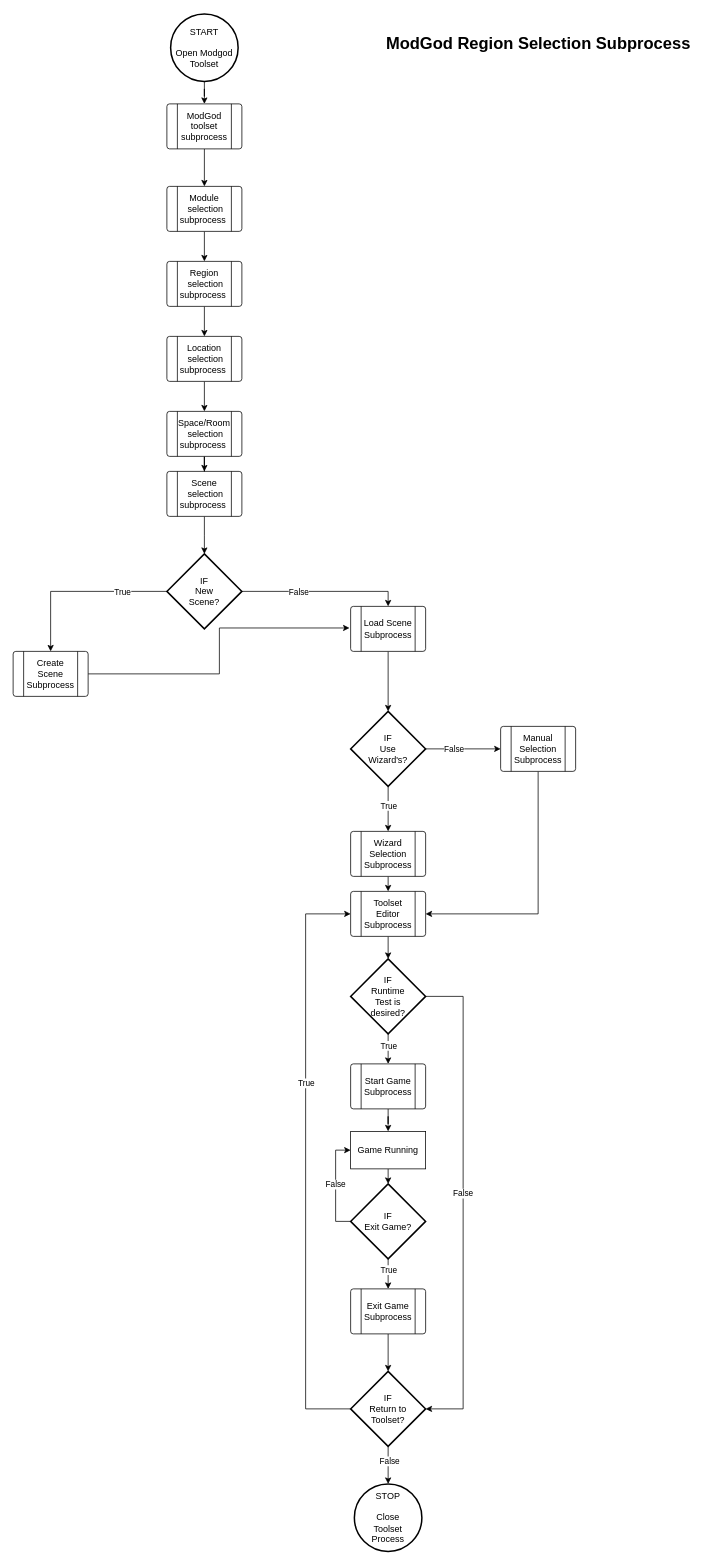
RPG-Research/bcirpg keeps this draw.io diagram as Phase2/Flowcharts/modgodToolset/ModGod/ModGodRegionSelectionSubprocess.drawio. Above is the earlier version. Source tidied: cells renumbered, new cells numbered last; positions are measured from the earlier drawing's top-left corner, leaving out a move shared by most shapes. Both pictures are drawn from the tidied source at 75%, with x=0, y=0 at pixel (13, 14).
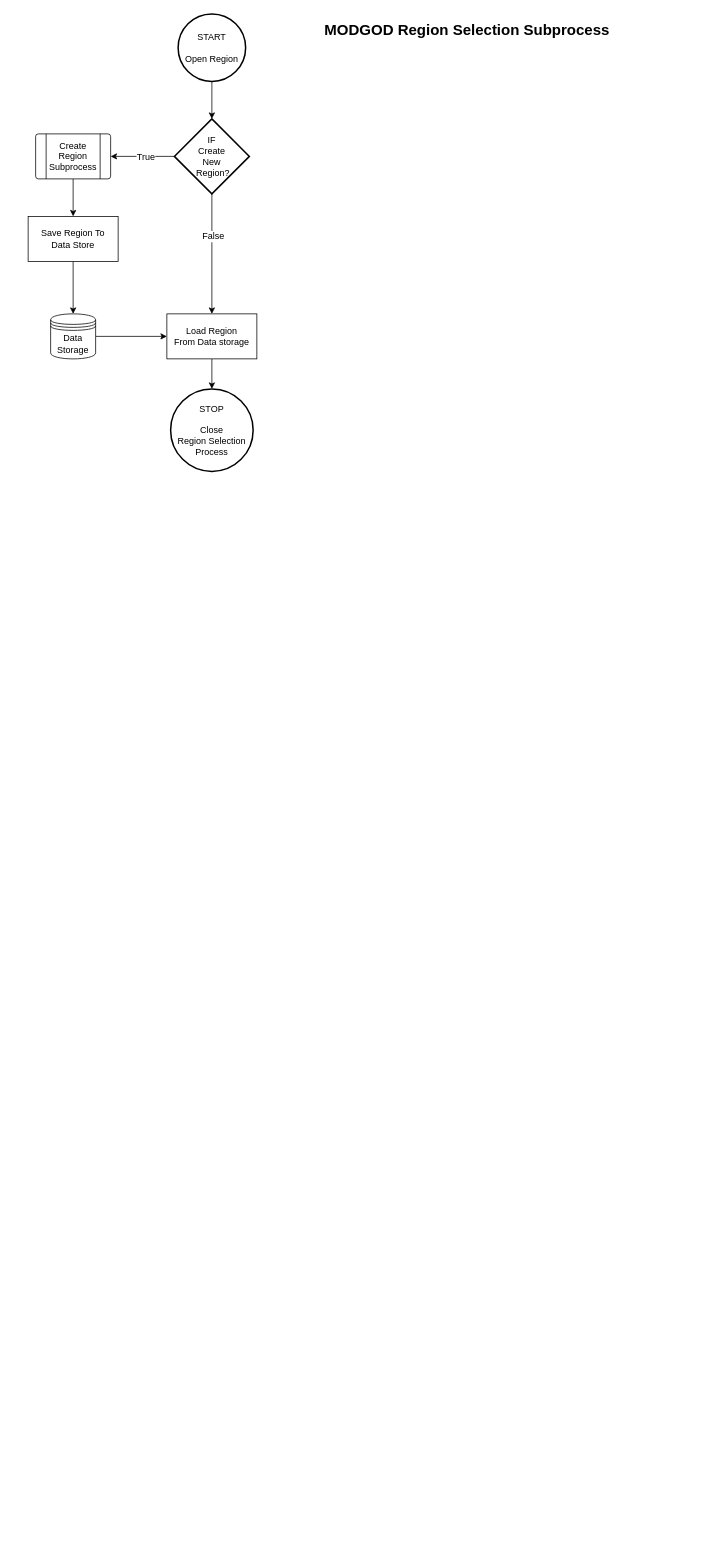
The same diagram, later.

Commit message (it also covers changes not shown here):
Added updates for the selection side of the modgod flowcharts

Change to the diagram source:
```diff
@@
-    <mxCell id="2" style="edgeStyle=orthogonalEdgeStyle;rounded=0;jettySize=auto;html=1;entryX=0.5;entryY=0;entryDx=0;entryDy=0;" parent="1" edge="1" source="3" target="5">
-      <mxGeometry relative="1" as="geometry" />
-    </mxCell>
-    <mxCell id="3" value="START&lt;br&gt;&lt;br&gt;Open Modgod&lt;br&gt;Toolset" style="strokeWidth=2;html=1;shape=mxgraph.flowchart.start_2;whiteSpace=wrap;" parent="1" vertex="1">
-      <mxGeometry x="210" width="90" height="90" as="geometry" />
-    </mxCell>
-    <mxCell id="4" style="edgeStyle=orthogonalEdgeStyle;rounded=0;jettySize=auto;html=1;entryX=0.5;entryY=0;entryDx=0;entryDy=0;" parent="1" edge="1" source="5" target="7">
-      <mxGeometry relative="1" as="geometry" />
-    </mxCell>
-    <mxCell id="5" value="ModGod toolset subprocess" style="verticalLabelPosition=middle;verticalAlign=middle;html=1;shape=process;whiteSpace=wrap;rounded=1;size=0.14;arcSize=6;labelPosition=center;align=center;" parent="1" vertex="1">
-      <mxGeometry x="205" y="120" width="100" height="60" as="geometry" />
-    </mxCell>
-    <mxCell id="6" style="edgeStyle=orthogonalEdgeStyle;rounded=0;jettySize=auto;html=1;exitX=0.5;exitY=1;exitDx=0;exitDy=0;entryX=0.5;entryY=0;entryDx=0;entryDy=0;" parent="1" edge="1" source="7" target="54">
-      <mxGeometry relative="1" as="geometry" />
-    </mxCell>
-    <mxCell id="7" value="Module&lt;br&gt;&amp;nbsp;selection subprocess&amp;nbsp;" style="verticalLabelPosition=middle;verticalAlign=middle;html=1;shape=process;whiteSpace=wrap;rounded=1;size=0.14;arcSize=6;labelPosition=center;align=center;" parent="1" vertex="1">
-      <mxGeometry x="205" y="230" width="100" height="60" as="geometry" />
-    </mxCell>
-    <mxCell id="8" style="edgeStyle=orthogonalEdgeStyle;rounded=0;jettySize=auto;html=1;exitX=0.5;exitY=1;exitDx=0;exitDy=0;" parent="1" edge="1" source="52">
-      <mxGeometry relative="1" as="geometry">
-        <mxPoint x="255" y="720" as="targetPoint" />
-      </mxGeometry>
-    </mxCell>
-    <mxCell id="9" style="edgeStyle=orthogonalEdgeStyle;rounded=0;jettySize=auto;html=1;exitX=1;exitY=0.5;exitDx=0;exitDy=0;exitPerimeter=0;entryX=0.5;entryY=0;entryDx=0;entryDy=0;" parent="1" edge="1" source="13" target="26">
-      <mxGeometry relative="1" as="geometry" />
-    </mxCell>
-    <mxCell id="10" value="False" style="edgeLabel;html=1;align=center;verticalAlign=middle;" parent="9" vertex="1">
-      <mxGeometry x="-0.3" relative="1" as="geometry" />
-    </mxCell>
-    <mxCell id="11" style="edgeStyle=orthogonalEdgeStyle;rounded=0;jettySize=auto;html=1;entryX=0.5;entryY=0;entryDx=0;entryDy=0;" parent="1" edge="1" source="13" target="28">
-      <mxGeometry relative="1" as="geometry" />
-    </mxCell>
-    <mxCell id="12" value="True" style="edgeLabel;html=1;align=center;verticalAlign=middle;" parent="11" vertex="1">
-      <mxGeometry x="-0.49" relative="1" as="geometry" />
-    </mxCell>
-    <mxCell id="13" value="IF&lt;br&gt;New&lt;br&gt;Scene?" style="strokeWidth=2;html=1;shape=mxgraph.flowchart.decision;whiteSpace=wrap;" parent="1" vertex="1">
-      <mxGeometry x="205" y="720" width="100" height="100" as="geometry" />
-    </mxCell>
-    <mxCell id="14" style="edgeStyle=orthogonalEdgeStyle;rounded=0;jettySize=auto;html=1;exitX=0.5;exitY=1;exitDx=0;exitDy=0;entryX=0.5;entryY=0;entryDx=0;entryDy=0;" parent="1" edge="1" source="15" target="38">
-      <mxGeometry relative="1" as="geometry" />
-    </mxCell>
-    <mxCell id="15" value="Wizard&lt;br&gt;Selection&lt;br&gt;Subprocess" style="verticalLabelPosition=middle;verticalAlign=middle;html=1;shape=process;whiteSpace=wrap;rounded=1;size=0.14;arcSize=6;labelPosition=center;align=center;" parent="1" vertex="1">
-      <mxGeometry x="450" y="1090" width="100" height="60" as="geometry" />
-    </mxCell>
-    <mxCell id="16" style="edgeStyle=orthogonalEdgeStyle;rounded=0;jettySize=auto;html=1;exitX=0.5;exitY=1;exitDx=0;exitDy=0;exitPerimeter=0;entryX=0.5;entryY=0;entryDx=0;entryDy=0;" parent="1" edge="1" source="20" target="22">
-      <mxGeometry relative="1" as="geometry" />
-    </mxCell>
-    <mxCell id="17" value="True" style="edgeLabel;html=1;align=center;verticalAlign=middle;" parent="16" vertex="1">
-      <mxGeometry x="-0.24" relative="1" as="geometry" />
-    </mxCell>
-    <mxCell id="18" style="edgeStyle=orthogonalEdgeStyle;rounded=0;jettySize=auto;html=1;exitX=1;exitY=0.5;exitDx=0;exitDy=0;exitPerimeter=0;entryX=1;entryY=0.5;entryDx=0;entryDy=0;entryPerimeter=0;" parent="1" edge="1" source="20" target="50">
-      <mxGeometry relative="1" as="geometry">
-        <Array as="points">
-          <mxPoint x="600" y="1310" />
-          <mxPoint x="600" y="1860" />
-        </Array>
-      </mxGeometry>
-    </mxCell>
-    <mxCell id="19" value="False" style="edgeLabel;html=1;align=center;verticalAlign=middle;" parent="18" vertex="1">
-      <mxGeometry x="-0.04" y="-1" relative="1" as="geometry" />
-    </mxCell>
-    <mxCell id="20" value="IF&lt;br&gt;Runtime&lt;br&gt;Test is&lt;br&gt;desired?" style="strokeWidth=2;html=1;shape=mxgraph.flowchart.decision;whiteSpace=wrap;" parent="1" vertex="1">
-      <mxGeometry x="450" y="1260" width="100" height="100" as="geometry" />
-    </mxCell>
-    <mxCell id="21" style="edgeStyle=orthogonalEdgeStyle;rounded=0;jettySize=auto;html=1;exitX=0.5;exitY=1;exitDx=0;exitDy=0;" parent="1" edge="1" source="22" target="40">
-      <mxGeometry relative="1" as="geometry" />
-    </mxCell>
-    <mxCell id="22" value="Start Game&lt;br&gt;Subprocess" style="verticalLabelPosition=middle;verticalAlign=middle;html=1;shape=process;whiteSpace=wrap;rounded=1;size=0.14;arcSize=6;labelPosition=center;align=center;" parent="1" vertex="1">
-      <mxGeometry x="450" y="1400" width="100" height="60" as="geometry" />
-    </mxCell>
-    <mxCell id="23" style="edgeStyle=orthogonalEdgeStyle;rounded=0;jettySize=auto;html=1;exitX=0.5;exitY=1;exitDx=0;exitDy=0;entryX=0.5;entryY=0;entryDx=0;entryDy=0;entryPerimeter=0;" parent="1" edge="1" source="24" target="50">
-      <mxGeometry relative="1" as="geometry" />
-    </mxCell>
-    <mxCell id="24" value="Exit Game&lt;br&gt;Subprocess" style="verticalLabelPosition=middle;verticalAlign=middle;html=1;shape=process;whiteSpace=wrap;rounded=1;size=0.14;arcSize=6;labelPosition=center;align=center;" parent="1" vertex="1">
-      <mxGeometry x="450" y="1700" width="100" height="60" as="geometry" />
-    </mxCell>
-    <mxCell id="25" style="edgeStyle=orthogonalEdgeStyle;rounded=0;jettySize=auto;html=1;exitX=0.5;exitY=1;exitDx=0;exitDy=0;entryX=0.5;entryY=0;entryDx=0;entryDy=0;entryPerimeter=0;" parent="1" edge="1" source="26" target="34">
-      <mxGeometry relative="1" as="geometry" />
-    </mxCell>
-    <mxCell id="26" value="Load Scene&lt;br&gt;Subprocess" style="verticalLabelPosition=middle;verticalAlign=middle;html=1;shape=process;whiteSpace=wrap;rounded=1;size=0.14;arcSize=6;labelPosition=center;align=center;" parent="1" vertex="1">
-      <mxGeometry x="450" y="790" width="100" height="60" as="geometry" />
-    </mxCell>
-    <mxCell id="27" style="edgeStyle=orthogonalEdgeStyle;rounded=0;jettySize=auto;html=1;exitX=1;exitY=0.5;exitDx=0;exitDy=0;entryX=-0.015;entryY=0.48;entryDx=0;entryDy=0;entryPerimeter=0;" parent="1" edge="1" source="28" target="26">
-      <mxGeometry relative="1" as="geometry" />
-    </mxCell>
-    <mxCell id="28" value="Create&lt;br&gt;Scene&lt;br&gt;Subprocess" style="verticalLabelPosition=middle;verticalAlign=middle;html=1;shape=process;whiteSpace=wrap;rounded=1;size=0.14;arcSize=6;labelPosition=center;align=center;" parent="1" vertex="1">
-      <mxGeometry y="850" width="100" height="60" as="geometry" />
-    </mxCell>
-    <mxCell id="29" value="&lt;span style=&quot;font-size: 22px;&quot;&gt;&lt;b&gt;ModGod Region Selection Subprocess&lt;/b&gt;&lt;/span&gt;" style="text;html=1;align=center;verticalAlign=middle;strokeColor=none;fillColor=none;" parent="1" vertex="1">
-      <mxGeometry x="485" y="20" width="430" height="40" as="geometry" />
-    </mxCell>
-    <mxCell id="30" style="edgeStyle=orthogonalEdgeStyle;rounded=0;jettySize=auto;html=1;exitX=0.5;exitY=1;exitDx=0;exitDy=0;exitPerimeter=0;" parent="1" edge="1" source="34" target="15">
-      <mxGeometry relative="1" as="geometry" />
-    </mxCell>
-    <mxCell id="31" value="True" style="edgeLabel;html=1;align=center;verticalAlign=middle;" parent="30" vertex="1">
-      <mxGeometry x="-0.17" relative="1" as="geometry" />
-    </mxCell>
-    <mxCell id="32" style="edgeStyle=orthogonalEdgeStyle;rounded=0;jettySize=auto;html=1;exitX=1;exitY=0.5;exitDx=0;exitDy=0;exitPerimeter=0;entryX=0;entryY=0.5;entryDx=0;entryDy=0;" parent="1" edge="1" source="34" target="36">
-      <mxGeometry relative="1" as="geometry" />
-    </mxCell>
-    <mxCell id="33" value="False" style="edgeLabel;html=1;align=center;verticalAlign=middle;" parent="32" vertex="1">
-      <mxGeometry x="-0.27" relative="1" as="geometry" />
-    </mxCell>
-    <mxCell id="34" value="IF&lt;br&gt;Use&lt;br&gt;Wizard's?" style="strokeWidth=2;html=1;shape=mxgraph.flowchart.decision;whiteSpace=wrap;" parent="1" vertex="1">
-      <mxGeometry x="450" y="930" width="100" height="100" as="geometry" />
-    </mxCell>
-    <mxCell id="35" style="edgeStyle=orthogonalEdgeStyle;rounded=0;jettySize=auto;html=1;exitX=0.5;exitY=1;exitDx=0;exitDy=0;entryX=1;entryY=0.5;entryDx=0;entryDy=0;" parent="1" edge="1" source="36" target="38">
-      <mxGeometry relative="1" as="geometry" />
-    </mxCell>
-    <mxCell id="36" value="Manual&lt;br&gt;Selection&lt;br&gt;Subprocess" style="verticalLabelPosition=middle;verticalAlign=middle;html=1;shape=process;whiteSpace=wrap;rounded=1;size=0.14;arcSize=6;labelPosition=center;align=center;" parent="1" vertex="1">
-      <mxGeometry x="650" y="950" width="100" height="60" as="geometry" />
-    </mxCell>
-    <mxCell id="37" style="edgeStyle=orthogonalEdgeStyle;rounded=0;jettySize=auto;html=1;exitX=0.5;exitY=1;exitDx=0;exitDy=0;entryX=0.5;entryY=0;entryDx=0;entryDy=0;entryPerimeter=0;" parent="1" edge="1" source="38" target="20">
-      <mxGeometry relative="1" as="geometry" />
-    </mxCell>
-    <mxCell id="38" value="Toolset&lt;br&gt;Editor&lt;br&gt;Subprocess" style="verticalLabelPosition=middle;verticalAlign=middle;html=1;shape=process;whiteSpace=wrap;rounded=1;size=0.14;arcSize=6;labelPosition=center;align=center;" parent="1" vertex="1">
-      <mxGeometry x="450" y="1170" width="100" height="60" as="geometry" />
-    </mxCell>
-    <mxCell id="39" style="edgeStyle=orthogonalEdgeStyle;rounded=0;jettySize=auto;html=1;exitX=0.5;exitY=1;exitDx=0;exitDy=0;entryX=0.5;entryY=0;entryDx=0;entryDy=0;entryPerimeter=0;" parent="1" edge="1" source="40" target="45">
-      <mxGeometry relative="1" as="geometry" />
-    </mxCell>
-    <mxCell id="40" value="Game Running" style="rounded=0;whiteSpace=wrap;html=1;" parent="1" vertex="1">
-      <mxGeometry x="450" y="1490" width="100" height="50" as="geometry" />
-    </mxCell>
-    <mxCell id="41" style="edgeStyle=orthogonalEdgeStyle;rounded=0;jettySize=auto;html=1;exitX=0.5;exitY=1;exitDx=0;exitDy=0;exitPerimeter=0;entryX=0.5;entryY=0;entryDx=0;entryDy=0;" parent="1" edge="1" source="45" target="24">
-      <mxGeometry relative="1" as="geometry" />
-    </mxCell>
-    <mxCell id="42" value="True" style="edgeLabel;html=1;align=center;verticalAlign=middle;" parent="41" vertex="1">
-      <mxGeometry x="-0.29" relative="1" as="geometry" />
-    </mxCell>
-    <mxCell id="43" style="edgeStyle=orthogonalEdgeStyle;rounded=0;jettySize=auto;html=1;exitX=0;exitY=0.5;exitDx=0;exitDy=0;exitPerimeter=0;entryX=0;entryY=0.5;entryDx=0;entryDy=0;" parent="1" edge="1" source="45" target="40">
-      <mxGeometry relative="1" as="geometry" />
-    </mxCell>
-    <mxCell id="44" value="False" style="edgeLabel;html=1;align=center;verticalAlign=middle;" parent="43" vertex="1">
-      <mxGeometry x="0.04" y="1" relative="1" as="geometry" />
-    </mxCell>
-    <mxCell id="45" value="IF&lt;br&gt;Exit Game?" style="strokeWidth=2;html=1;shape=mxgraph.flowchart.decision;whiteSpace=wrap;" parent="1" vertex="1">
-      <mxGeometry x="450" y="1560" width="100" height="100" as="geometry" />
-    </mxCell>
-    <mxCell id="46" style="edgeStyle=orthogonalEdgeStyle;rounded=0;jettySize=auto;html=1;entryX=0;entryY=0.5;entryDx=0;entryDy=0;" parent="1" edge="1" source="50" target="38">
-      <mxGeometry relative="1" as="geometry">
-        <Array as="points">
-          <mxPoint x="390" y="1860" />
-          <mxPoint x="390" y="1200" />
-        </Array>
-      </mxGeometry>
-    </mxCell>
-    <mxCell id="47" value="True" style="edgeLabel;html=1;align=center;verticalAlign=middle;" parent="46" vertex="1">
-      <mxGeometry x="0.27" relative="1" as="geometry" />
-    </mxCell>
-    <mxCell id="48" style="edgeStyle=orthogonalEdgeStyle;rounded=0;jettySize=auto;html=1;exitX=0.5;exitY=1;exitDx=0;exitDy=0;exitPerimeter=0;entryX=0.5;entryY=0;entryDx=0;entryDy=0;entryPerimeter=0;" parent="1" edge="1" source="50" target="51">
-      <mxGeometry relative="1" as="geometry" />
-    </mxCell>
-    <mxCell id="49" value="False" style="edgeLabel;html=1;align=center;verticalAlign=middle;" parent="48" vertex="1">
-      <mxGeometry x="-0.26" y="1" relative="1" as="geometry" />
-    </mxCell>
-    <mxCell id="50" value="IF&lt;br&gt;Return to&lt;br&gt;Toolset?" style="strokeWidth=2;html=1;shape=mxgraph.flowchart.decision;whiteSpace=wrap;" parent="1" vertex="1">
-      <mxGeometry x="450" y="1810" width="100" height="100" as="geometry" />
-    </mxCell>
-    <mxCell id="51" value="STOP&lt;br&gt;&lt;br&gt;Close&lt;br&gt;Toolset&lt;br&gt;Process" style="strokeWidth=2;html=1;shape=mxgraph.flowchart.start_2;whiteSpace=wrap;" parent="1" vertex="1">
-      <mxGeometry x="455" y="1960" width="90" height="90" as="geometry" />
-    </mxCell>
-    <mxCell id="52" value="Scene&lt;br&gt;&amp;nbsp;selection subprocess&amp;nbsp;" style="verticalLabelPosition=middle;verticalAlign=middle;html=1;shape=process;whiteSpace=wrap;rounded=1;size=0.14;arcSize=6;labelPosition=center;align=center;" parent="1" vertex="1">
-      <mxGeometry x="205" y="610" width="100" height="60" as="geometry" />
-    </mxCell>
-    <mxCell id="53" style="edgeStyle=orthogonalEdgeStyle;rounded=0;jettySize=auto;html=1;exitX=0.5;exitY=1;exitDx=0;exitDy=0;entryX=0.5;entryY=0;entryDx=0;entryDy=0;" parent="1" edge="1" source="54" target="56">
-      <mxGeometry relative="1" as="geometry" />
-    </mxCell>
-    <mxCell id="54" value="Region&lt;br&gt;&amp;nbsp;selection subprocess&amp;nbsp;" style="verticalLabelPosition=middle;verticalAlign=middle;html=1;shape=process;whiteSpace=wrap;rounded=1;size=0.14;arcSize=6;labelPosition=center;align=center;" parent="1" vertex="1">
-      <mxGeometry x="205" y="330" width="100" height="60" as="geometry" />
-    </mxCell>
-    <mxCell id="55" style="edgeStyle=orthogonalEdgeStyle;rounded=0;jettySize=auto;html=1;exitX=0.5;exitY=1;exitDx=0;exitDy=0;" parent="1" edge="1" source="56" target="58">
-      <mxGeometry relative="1" as="geometry" />
-    </mxCell>
-    <mxCell id="56" value="Location&lt;br&gt;&amp;nbsp;selection subprocess&amp;nbsp;" style="verticalLabelPosition=middle;verticalAlign=middle;html=1;shape=process;whiteSpace=wrap;rounded=1;size=0.14;arcSize=6;labelPosition=center;align=center;" parent="1" vertex="1">
-      <mxGeometry x="205" y="430" width="100" height="60" as="geometry" />
-    </mxCell>
-    <mxCell id="57" style="edgeStyle=orthogonalEdgeStyle;rounded=0;jettySize=auto;html=1;exitX=0.5;exitY=1;exitDx=0;exitDy=0;" parent="1" edge="1" source="58" target="52">
-      <mxGeometry relative="1" as="geometry" />
-    </mxCell>
-    <mxCell id="58" value="Space/Room&lt;br&gt;&amp;nbsp;selection subprocess&amp;nbsp;" style="verticalLabelPosition=middle;verticalAlign=middle;html=1;shape=process;whiteSpace=wrap;rounded=1;size=0.14;arcSize=6;labelPosition=center;align=center;" parent="1" vertex="1">
-      <mxGeometry x="205" y="530" width="100" height="60" as="geometry" />
-    </mxCell>
+    <mxCell id="59" style="edgeStyle=orthogonalEdgeStyle;rounded=0;jettySize=auto;html=1;entryX=0.5;entryY=0;entryDx=0;entryDy=0;entryPerimeter=0;" parent="1" edge="1" source="60" target="67">
+      <mxGeometry relative="1" as="geometry" />
+    </mxCell>
+    <mxCell id="60" value="START&lt;br&gt;&lt;br&gt;Open Region" style="strokeWidth=2;html=1;shape=mxgraph.flowchart.start_2;whiteSpace=wrap;" parent="1" vertex="1">
+      <mxGeometry x="220" width="90" height="90" as="geometry" />
+    </mxCell>
+    <mxCell id="61" value="&lt;b&gt;&lt;font style=&quot;font-size: 20px;&quot;&gt;MODGOD Region Selection Subprocess&lt;/font&gt;&lt;/b&gt;" style="text;html=1;align=center;verticalAlign=middle;strokeColor=none;fillColor=none;" parent="1" vertex="1">
+      <mxGeometry x="400" width="410" height="40" as="geometry" />
+    </mxCell>
+    <mxCell id="62" value="STOP&lt;br&gt;&lt;br&gt;Close&lt;br&gt;Region Selection&lt;br&gt;Process" style="strokeWidth=2;html=1;shape=mxgraph.flowchart.start_2;whiteSpace=wrap;" parent="1" vertex="1">
+      <mxGeometry x="210" y="500" width="110" height="110" as="geometry" />
+    </mxCell>
+    <mxCell id="63" style="edgeStyle=orthogonalEdgeStyle;rounded=0;jettySize=auto;html=1;exitX=0.5;exitY=1;exitDx=0;exitDy=0;exitPerimeter=0;fontSize=12;entryX=0.5;entryY=0;entryDx=0;entryDy=0;" parent="1" edge="1" source="67" target="69">
+      <mxGeometry relative="1" as="geometry" />
+    </mxCell>
+    <mxCell id="64" value="False" style="edgeLabel;html=1;align=center;verticalAlign=middle;fontSize=12;" parent="63" vertex="1">
+      <mxGeometry x="-0.3" y="1" relative="1" as="geometry" />
+    </mxCell>
+    <mxCell id="65" style="edgeStyle=orthogonalEdgeStyle;rounded=0;jettySize=auto;html=1;exitX=0;exitY=0.5;exitDx=0;exitDy=0;exitPerimeter=0;entryX=1;entryY=0.5;entryDx=0;entryDy=0;fontSize=12;" parent="1" edge="1" source="67" target="73">
+      <mxGeometry relative="1" as="geometry" />
+    </mxCell>
+    <mxCell id="66" value="True" style="edgeLabel;html=1;align=center;verticalAlign=middle;fontSize=12;" parent="65" vertex="1">
+      <mxGeometry x="-0.09" relative="1" as="geometry" />
+    </mxCell>
+    <mxCell id="67" value="IF&lt;br&gt;Create&lt;br&gt;New&lt;br&gt;&amp;nbsp;Region?" style="strokeWidth=2;html=1;shape=mxgraph.flowchart.decision;whiteSpace=wrap;" parent="1" vertex="1">
+      <mxGeometry x="215" y="140" width="100" height="100" as="geometry" />
+    </mxCell>
+    <mxCell id="68" style="edgeStyle=orthogonalEdgeStyle;rounded=0;jettySize=auto;html=1;exitX=0.5;exitY=1;exitDx=0;exitDy=0;fontSize=12;" parent="1" edge="1" source="69" target="62">
+      <mxGeometry relative="1" as="geometry" />
+    </mxCell>
+    <mxCell id="69" value="Load Region&lt;br&gt;From Data storage" style="rounded=0;whiteSpace=wrap;html=1;fontSize=12;" parent="1" vertex="1">
+      <mxGeometry x="205" y="400" width="120" height="60" as="geometry" />
+    </mxCell>
+    <mxCell id="70" style="edgeStyle=orthogonalEdgeStyle;rounded=0;jettySize=auto;html=1;exitX=1;exitY=0.5;exitDx=0;exitDy=0;entryX=0;entryY=0.5;entryDx=0;entryDy=0;fontSize=12;" parent="1" edge="1" source="71" target="69">
+      <mxGeometry relative="1" as="geometry" />
+    </mxCell>
+    <mxCell id="71" value="Data&lt;br&gt;Storage" style="shape=datastore;whiteSpace=wrap;html=1;fontSize=12;" parent="1" vertex="1">
+      <mxGeometry x="50" y="400" width="60" height="60" as="geometry" />
+    </mxCell>
+    <mxCell id="72" style="edgeStyle=orthogonalEdgeStyle;rounded=0;jettySize=auto;html=1;exitX=0.5;exitY=1;exitDx=0;exitDy=0;fontSize=12;" parent="1" edge="1" source="73" target="75">
+      <mxGeometry relative="1" as="geometry" />
+    </mxCell>
+    <mxCell id="73" value="Create Region&lt;br&gt;Subprocess" style="verticalLabelPosition=middle;verticalAlign=middle;html=1;shape=process;whiteSpace=wrap;rounded=1;size=0.14;arcSize=6;fontSize=12;labelPosition=center;align=center;" parent="1" vertex="1">
+      <mxGeometry x="30" y="160" width="100" height="60" as="geometry" />
+    </mxCell>
+    <mxCell id="74" style="edgeStyle=orthogonalEdgeStyle;rounded=0;jettySize=auto;html=1;fontSize=12;" parent="1" edge="1" source="75" target="71">
+      <mxGeometry relative="1" as="geometry" />
+    </mxCell>
+    <mxCell id="75" value="Save Region To&lt;br&gt;Data Store" style="rounded=0;whiteSpace=wrap;html=1;fontSize=12;" parent="1" vertex="1">
+      <mxGeometry x="20" y="270" width="120" height="60" as="geometry" />
+    </mxCell>
```
